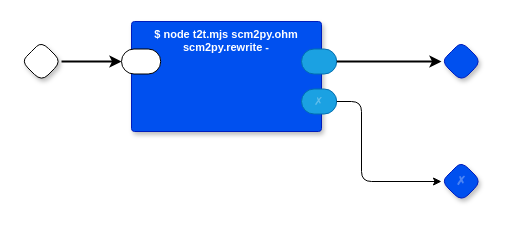
This is page "Scheme to Python" (5 of 8) of peepholepy.drawio from guitarvydas/peepholepy, a draw.io file, before an edit. Source tidied: cells renumbered, new cells numbered last; positions are measured from the earlier drawing's top-left corner, leaving out a move shared by most shapes. Both pictures are drawn from the tidied source at 100%, with x=0, y=0 at pixel (21, 21).
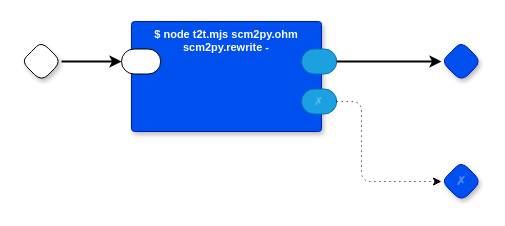
Above is the later version.

Diff of the diagram source:
```diff
@@
 <mxGraphModel>
   <root>
     <mxCell id="0" />
     <mxCell id="1" parent="0" />
     <mxCell id="2" style="rhombus;whiteSpace=wrap;html=1;rounded=1;fontStyle=1;glass=0;sketch=0;fontSize=12;points=[[0,0.5,0,0,0],[0.5,0,0,0,0],[0.5,1,0,0,0],[1,0.5,0,0,0]];shadow=1;fontFamily=Helvetica;fontColor=default;" parent="1" vertex="1">
       <mxGeometry y="20" width="40" height="40" as="geometry" />
     </mxCell>
     <mxCell id="3" style="rhombus;whiteSpace=wrap;html=1;rounded=1;fontStyle=1;glass=0;sketch=0;fontSize=12;points=[[0,0.5,0,0,0],[0.5,0,0,0,0],[0.5,1,0,0,0],[1,0.5,0,0,0]];shadow=1;fillColor=#0050ef;fontColor=#ffffff;strokeColor=#001DBC;fontFamily=Helvetica;" parent="1" vertex="1">
       <mxGeometry x="420" y="20" width="40" height="40" as="geometry" />
     </mxCell>
     <mxCell id="4" value="✗" style="rhombus;whiteSpace=wrap;html=1;rounded=1;fillColor=#0050ef;fontColor=#ffffff;strokeColor=#001DBC;fontStyle=1;glass=0;sketch=0;fontSize=12;points=[[0,0.5,0,0,0],[0.5,0,0,0,0],[0.5,1,0,0,0],[1,0.5,0,0,0]];shadow=1;textOpacity=30;" parent="1" vertex="1">
       <mxGeometry x="420" y="140" width="40" height="40" as="geometry" />
     </mxCell>
     <mxCell id="5" value="$ node t2t.mjs scm2py.ohm scm2py.rewrite -" style="rounded=1;whiteSpace=wrap;html=1;sketch=0;verticalAlign=top;arcSize=6;fontStyle=1;absoluteArcSize=1;shadow=1;strokeColor=#001DBC;fillColor=#0050ef;fontColor=#ffffff;fontFamily=Helvetica;fontSize=11;" parent="1" vertex="1">
       <mxGeometry x="110" width="190" height="110" as="geometry" />
     </mxCell>
     <mxCell id="6" style="rounded=1;whiteSpace=wrap;html=1;sketch=0;points=[[0,0.5,0,0,0],[1,0.5,0,0,0]];arcSize=50;fontFamily=Helvetica;fontSize=11;fontColor=default;" parent="5" vertex="1">
       <mxGeometry x="-10" y="27.5" width="39.2" height="25" as="geometry" />
     </mxCell>
     <mxCell id="7" style="rounded=1;whiteSpace=wrap;html=1;sketch=0;points=[[0,0.5,0,0,0],[1,0.5,0,0,0]];fillColor=#1ba1e2;fontColor=#ffffff;strokeColor=#006EAF;arcSize=50;fontFamily=Helvetica;fontSize=11;" parent="5" vertex="1">
       <mxGeometry x="170" y="27.5" width="35.2" height="25" as="geometry" />
     </mxCell>
     <mxCell id="8" value="✗" style="rounded=1;whiteSpace=wrap;html=1;sketch=0;points=[[0,0.5,0,0,0],[1,0.5,0,0,0]];fillColor=#1ba1e2;fontColor=#ffffff;strokeColor=#006EAF;arcSize=50;fontFamily=Helvetica;fontSize=11;textOpacity=30;" parent="5" vertex="1">
       <mxGeometry x="170" y="67.5" width="35.2" height="25" as="geometry" />
     </mxCell>
     <mxCell id="9" style="edgeStyle=orthogonalEdgeStyle;rounded=0;jettySize=auto;html=1;exitX=1;exitY=0.5;exitDx=0;exitDy=0;exitPerimeter=0;entryX=0;entryY=0.5;entryDx=0;entryDy=0;entryPerimeter=0;strokeWidth=2;" parent="1" edge="1" source="2" target="6">
       <mxGeometry relative="1" as="geometry" />
     </mxCell>
     <mxCell id="10" style="edgeStyle=orthogonalEdgeStyle;rounded=0;jettySize=auto;html=1;exitX=1;exitY=0.5;exitDx=0;exitDy=0;exitPerimeter=0;strokeWidth=2;entryX=0;entryY=0.5;entryDx=0;entryDy=0;entryPerimeter=0;" parent="1" edge="1" source="7" target="3">
       <mxGeometry relative="1" as="geometry" />
     </mxCell>
-    <mxCell id="11" style="edgeStyle=orthogonalEdgeStyle;rounded=1;jettySize=auto;html=1;exitX=1;exitY=0.5;exitDx=0;exitDy=0;exitPerimeter=0;entryX=0;entryY=0.5;entryDx=0;entryDy=0;entryPerimeter=0;curved=0;" parent="1" edge="1" source="8" target="4">
+    <mxCell id="11" style="edgeStyle=orthogonalEdgeStyle;rounded=1;jettySize=auto;html=1;exitX=1;exitY=0.5;exitDx=0;exitDy=0;exitPerimeter=0;entryX=0;entryY=0.5;entryDx=0;entryDy=0;entryPerimeter=0;curved=0;dashed=1;dashPattern=1 4;" parent="1" edge="1" source="8" target="4">
       <mxGeometry relative="1" as="geometry">
         <Array as="points">
           <mxPoint x="340" y="80" />
           <mxPoint x="340" y="160" />
         </Array>
       </mxGeometry>
     </mxCell>
   </root>
 </mxGraphModel>
```
